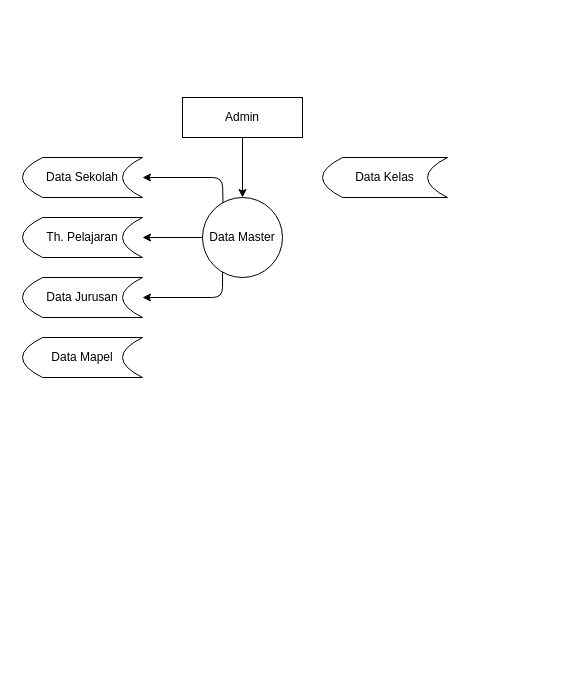
laifcity/erapor keeps this draw.io diagram as DFD L-1.drawio. Above is the earlier version. Source tidied: cells renumbered, new cells numbered last; positions are measured from the earlier drawing's top-left corner, leaving out a move shared by most shapes. Both pictures are drawn from the tidied source at 100%, with x=0, y=0 at pixel (22, 97).
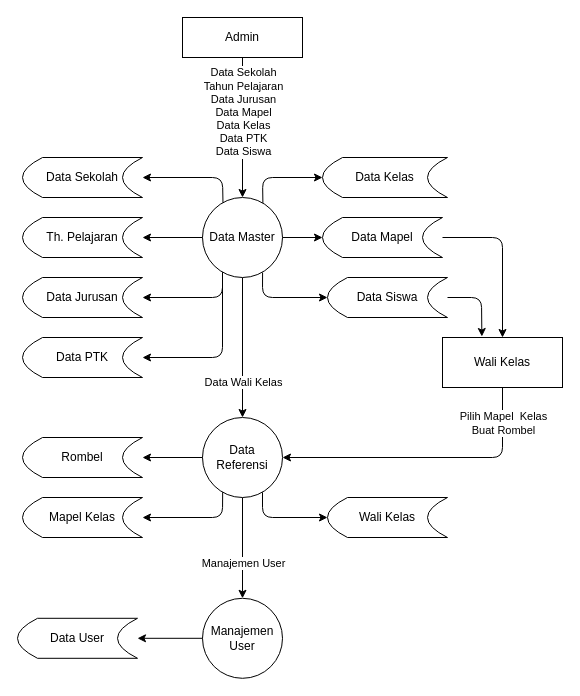
The same diagram, later.

The change refers to these unchanged cells:
```xml
<mxCell id="2" value="Data Master" style="ellipse;whiteSpace=wrap;html=1;" parent="1" vertex="1">
  <mxGeometry x="180" y="100" width="80" height="80" as="geometry" />
</mxCell>
<mxCell id="6" style="endArrow=classic;html=1;exitX=0.5;exitY=1;exitDx=0;exitDy=0;" parent="1" edge="1" source="3">
  <mxGeometry relative="1" as="geometry">
    <mxPoint x="220" y="100" as="targetPoint" />
  </mxGeometry>
</mxCell>
<mxCell id="12" value="Data Kelas" style="shape=dataStorage;whiteSpace=wrap;html=1;fixedSize=1;" parent="1" vertex="1">
  <mxGeometry x="300" y="60" width="125" height="40" as="geometry" />
</mxCell>
```

Change to the diagram source:
```diff
@@
+    <mxCell id="13" style="edgeStyle=orthogonalEdgeStyle;rounded=0;jettySize=auto;html=1;" parent="1" edge="1" source="2" target="24">
+      <mxGeometry relative="1" as="geometry" />
+    </mxCell>
+    <mxCell id="14" value="Data Wali Kelas" style="edgeLabel;html=1;align=center;verticalAlign=middle;" parent="13" vertex="1">
+      <mxGeometry x="-0.32" relative="1" as="geometry">
+        <mxPoint y="56.7" as="offset" />
+      </mxGeometry>
+    </mxCell>
@@
     <mxCell id="3" value="Admin" style="rounded=0;whiteSpace=wrap;html=1;" parent="1" vertex="1">
-      <mxGeometry x="160" width="120" height="40" as="geometry" />
+      <mxGeometry x="160" y="-80" width="120" height="40" as="geometry" />
     </mxCell>
@@
+    <mxCell id="15" value="Data Sekolah&lt;br&gt;Tahun Pelajaran&lt;br&gt;Data Jurusan&lt;br&gt;Data Mapel&lt;br&gt;Data Kelas&lt;br&gt;Data PTK&lt;br&gt;Data Siswa" style="edgeLabel;html=1;align=center;verticalAlign=middle;" parent="6" vertex="1">
+      <mxGeometry x="-0.47" y="1" relative="1" as="geometry">
+        <mxPoint x="-1" y="17.9" as="offset" />
+      </mxGeometry>
+    </mxCell>
@@
     <mxCell id="11" value="Data Mapel" style="shape=dataStorage;whiteSpace=wrap;html=1;fixedSize=1;" parent="1" vertex="1">
-      <mxGeometry y="240" width="120" height="40" as="geometry" />
+      <mxGeometry x="300" y="120" width="120" height="40" as="geometry" />
     </mxCell>
@@
+    <mxCell id="16" value="Data PTK" style="shape=dataStorage;whiteSpace=wrap;html=1;fixedSize=1;" parent="1" vertex="1">
+      <mxGeometry y="240" width="120" height="40" as="geometry" />
+    </mxCell>
+    <mxCell id="17" value="Data Siswa" style="shape=dataStorage;whiteSpace=wrap;html=1;fixedSize=1;" parent="1" vertex="1">
+      <mxGeometry x="305" y="180" width="120" height="40" as="geometry" />
+    </mxCell>
+    <mxCell id="18" style="endArrow=classic;html=1;entryX=0;entryY=0.5;entryDx=0;entryDy=0;exitX=0.751;exitY=0.938;exitDx=0;exitDy=0;exitPerimeter=0;" parent="1" edge="1" source="2" target="17">
+      <mxGeometry relative="1" as="geometry">
+        <Array as="points">
+          <mxPoint x="240" y="200" />
+        </Array>
+      </mxGeometry>
+    </mxCell>
+    <mxCell id="19" style="endArrow=classic;html=1;entryX=0;entryY=0.5;entryDx=0;entryDy=0;" parent="1" edge="1" source="2" target="11">
+      <mxGeometry relative="1" as="geometry" />
+    </mxCell>
+    <mxCell id="20" style="endArrow=classic;html=1;entryX=1;entryY=0.5;entryDx=0;entryDy=0;" parent="1" edge="1" target="16">
+      <mxGeometry relative="1" as="geometry">
+        <mxPoint x="200" y="175" as="sourcePoint" />
+        <Array as="points">
+          <mxPoint x="200" y="260" />
+        </Array>
+      </mxGeometry>
+    </mxCell>
+    <mxCell id="21" style="endArrow=classic;html=1;entryX=0;entryY=0.5;entryDx=0;entryDy=0;exitX=0.755;exitY=0.068;exitDx=0;exitDy=0;exitPerimeter=0;" parent="1" edge="1" source="2" target="12">
+      <mxGeometry relative="1" as="geometry">
+        <Array as="points">
+          <mxPoint x="240" y="80" />
+        </Array>
+      </mxGeometry>
+    </mxCell>
+    <mxCell id="22" style="edgeStyle=orthogonalEdgeStyle;rounded=0;jettySize=auto;html=1;" parent="1" edge="1" source="24" target="35">
+      <mxGeometry relative="1" as="geometry" />
+    </mxCell>
+    <mxCell id="23" value="Manajemen User" style="edgeLabel;html=1;align=center;verticalAlign=middle;" parent="22" vertex="1">
+      <mxGeometry x="-0.68" y="-1" relative="1" as="geometry">
+        <mxPoint x="1" y="49.1" as="offset" />
+      </mxGeometry>
+    </mxCell>
+    <mxCell id="24" value="Data Referensi" style="ellipse;whiteSpace=wrap;html=1;" parent="1" vertex="1">
+      <mxGeometry x="180" y="320" width="80" height="80" as="geometry" />
+    </mxCell>
+    <mxCell id="25" value="Rombel" style="shape=dataStorage;whiteSpace=wrap;html=1;fixedSize=1;" parent="1" vertex="1">
+      <mxGeometry y="340" width="120" height="40" as="geometry" />
+    </mxCell>
+    <mxCell id="26" value="Mapel Kelas" style="shape=dataStorage;whiteSpace=wrap;html=1;fixedSize=1;" parent="1" vertex="1">
+      <mxGeometry y="400" width="120" height="40" as="geometry" />
+    </mxCell>
+    <mxCell id="27" value="Wali Kelas" style="shape=dataStorage;whiteSpace=wrap;html=1;fixedSize=1;" parent="1" vertex="1">
+      <mxGeometry x="305" y="400" width="120" height="40" as="geometry" />
+    </mxCell>
+    <mxCell id="28" style="endArrow=classic;html=1;entryX=0;entryY=0.5;entryDx=0;entryDy=0;exitX=0.75;exitY=0.935;exitDx=0;exitDy=0;exitPerimeter=0;" parent="1" edge="1" source="24" target="27">
+      <mxGeometry relative="1" as="geometry">
+        <Array as="points">
+          <mxPoint x="240" y="420" />
+        </Array>
+      </mxGeometry>
+    </mxCell>
+    <mxCell id="29" style="endArrow=classic;html=1;entryX=1;entryY=0.5;entryDx=0;entryDy=0;exitX=0.252;exitY=0.933;exitDx=0;exitDy=0;exitPerimeter=0;" parent="1" edge="1" source="24" target="26">
+      <mxGeometry relative="1" as="geometry">
+        <Array as="points">
+          <mxPoint x="200" y="420" />
+        </Array>
+      </mxGeometry>
+    </mxCell>
+    <mxCell id="30" style="endArrow=classic;html=1;entryX=1;entryY=0.5;entryDx=0;entryDy=0;exitX=0;exitY=0.5;exitDx=0;exitDy=0;" parent="1" edge="1" source="24" target="25">
+      <mxGeometry relative="1" as="geometry" />
+    </mxCell>
+    <mxCell id="31" value="Wali Kelas" style="rounded=0;whiteSpace=wrap;html=1;" parent="1" vertex="1">
+      <mxGeometry x="420" y="240" width="120" height="50" as="geometry" />
+    </mxCell>
+    <mxCell id="32" style="endArrow=classic;html=1;exitX=1;exitY=0.5;exitDx=0;exitDy=0;entryX=0.328;entryY=-0.02;entryDx=0;entryDy=0;entryPerimeter=0;" parent="1" edge="1" source="17" target="31">
+      <mxGeometry relative="1" as="geometry">
+        <Array as="points">
+          <mxPoint x="459" y="200" />
+        </Array>
+      </mxGeometry>
+    </mxCell>
+    <mxCell id="33" style="endArrow=classic;html=1;exitX=0.5;exitY=1;exitDx=0;exitDy=0;entryX=1;entryY=0.5;entryDx=0;entryDy=0;" parent="1" edge="1" source="31" target="24">
+      <mxGeometry relative="1" as="geometry">
+        <Array as="points">
+          <mxPoint x="480" y="360" />
+        </Array>
+      </mxGeometry>
+    </mxCell>
+    <mxCell id="34" value="Pilih Mapel&amp;nbsp; Kelas&lt;br&gt;Buat Rombel" style="edgeLabel;html=1;align=center;verticalAlign=middle;" parent="33" vertex="1">
+      <mxGeometry x="-0.86" y="-1" relative="1" as="geometry">
+        <mxPoint x="1" y="15.8" as="offset" />
+      </mxGeometry>
+    </mxCell>
+    <mxCell id="35" value="Manajemen User" style="ellipse;whiteSpace=wrap;html=1;" parent="1" vertex="1">
+      <mxGeometry x="180" y="500.8" width="80" height="80" as="geometry" />
+    </mxCell>
+    <mxCell id="36" value="Data User" style="shape=dataStorage;whiteSpace=wrap;html=1;fixedSize=1;" parent="1" vertex="1">
+      <mxGeometry x="-5" y="520.8" width="120" height="40" as="geometry" />
+    </mxCell>
+    <mxCell id="37" style="endArrow=classic;html=1;exitX=0;exitY=0.5;exitDx=0;exitDy=0;entryX=1;entryY=0.5;entryDx=0;entryDy=0;" parent="1" edge="1" source="35" target="36">
+      <mxGeometry relative="1" as="geometry" />
+    </mxCell>
+    <mxCell id="38" style="endArrow=classic;html=1;exitX=1;exitY=0.5;exitDx=0;exitDy=0;entryX=0.5;entryY=0;entryDx=0;entryDy=0;" parent="1" edge="1" source="11" target="31">
+      <mxGeometry relative="1" as="geometry">
+        <Array as="points">
+          <mxPoint x="480" y="140" />
+        </Array>
+      </mxGeometry>
+    </mxCell>
```
